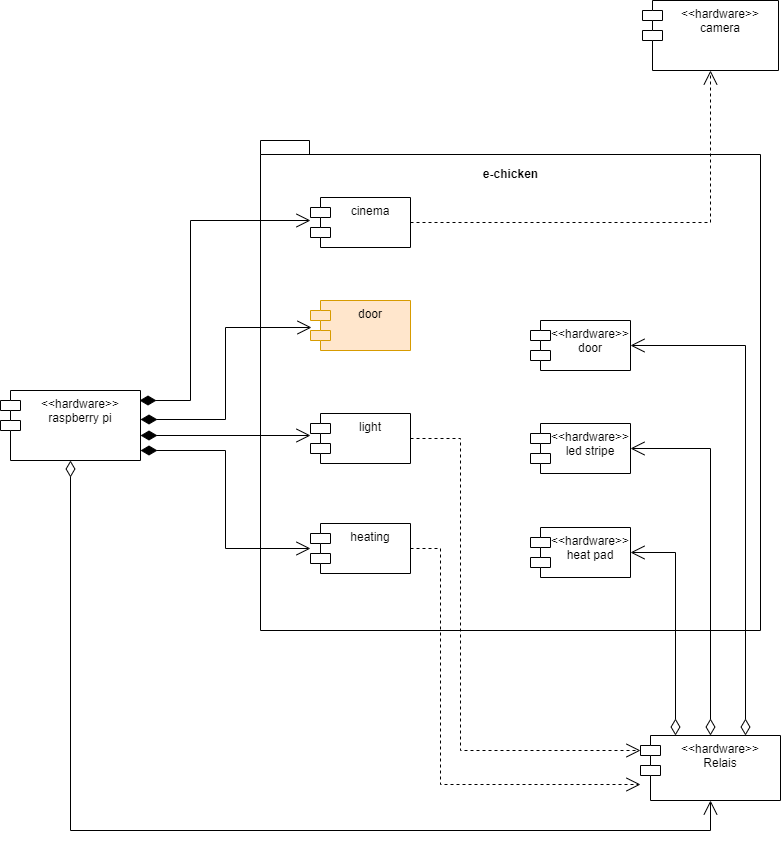
Above: readme/e-chicken.drawio.png in ronnyfriedland/e-chicken-door (draw.io), before the change. Source tidied: cells renumbered, new cells last; positions are measured from the earlier drawing's top-left corner, leaving out a move shared by most shapes. Its diagram source:
```xml
<mxGraphModel>
  <root>
    <mxCell id="0" />
    <mxCell id="1" parent="0" />
    <mxCell id="2" value="e-chicken&lt;br&gt;&lt;br&gt;&lt;br&gt;&lt;br&gt;&lt;br&gt;&lt;br&gt;&lt;br&gt;&lt;br&gt;&lt;br&gt;&lt;br&gt;&lt;br&gt;&lt;br&gt;&lt;br&gt;&lt;br&gt;&lt;br&gt;&lt;br&gt;&lt;br&gt;&lt;br&gt;&lt;br&gt;&lt;br&gt;&lt;br&gt;&lt;br&gt;&lt;br&gt;&lt;br&gt;&lt;br&gt;&lt;br&gt;&lt;br&gt;&lt;br&gt;&lt;br&gt;&lt;br&gt;&lt;br&gt;" style="shape=folder;fontStyle=1;spacingTop=10;tabWidth=40;tabHeight=14;tabPosition=left;html=1;" parent="1" vertex="1">
      <mxGeometry x="260" y="140" width="500" height="490" as="geometry" />
    </mxCell>
    <mxCell id="3" value="heating" style="shape=module;align=left;spacingLeft=20;align=center;verticalAlign=top;" parent="1" vertex="1">
      <mxGeometry x="310" y="523" width="100" height="50" as="geometry" />
    </mxCell>
    <mxCell id="4" value="&lt;&lt;hardware&gt;&gt;&#10;heat pad" style="shape=module;align=left;spacingLeft=20;align=center;verticalAlign=top;" parent="1" vertex="1">
      <mxGeometry x="530" y="527" width="100" height="50" as="geometry" />
    </mxCell>
    <mxCell id="5" value="Use" style="endArrow=open;endSize=12;dashed=1;html=1;rounded=0;exitX=1;exitY=0.5;exitDx=0;exitDy=0;fontColor=none;noLabel=1;entryX=0.5;entryY=1;entryDx=0;entryDy=0;" parent="1" edge="1" source="16" target="18">
      <mxGeometry relative="1" as="geometry">
        <Array as="points">
          <mxPoint x="710" y="222" />
        </Array>
      </mxGeometry>
    </mxCell>
    <mxCell id="6" value="light" style="shape=module;align=left;spacingLeft=20;align=center;verticalAlign=top;" parent="1" vertex="1">
      <mxGeometry x="310" y="413" width="100" height="50" as="geometry" />
    </mxCell>
    <mxCell id="7" value="&lt;&lt;hardware&gt;&gt;&#10;led stripe" style="shape=module;align=left;spacingLeft=20;align=center;verticalAlign=top;" parent="1" vertex="1">
      <mxGeometry x="530" y="423" width="100" height="50" as="geometry" />
    </mxCell>
    <mxCell id="8" value="Use" style="endArrow=open;endSize=12;dashed=1;html=1;rounded=0;exitX=1;exitY=0.5;exitDx=0;exitDy=0;fontColor=none;noLabel=1;entryX=0;entryY=0;entryDx=0;entryDy=15;entryPerimeter=0;" parent="1" edge="1" source="6" target="9">
      <mxGeometry relative="1" as="geometry">
        <Array as="points">
          <mxPoint x="460" y="438" />
          <mxPoint x="460" y="750" />
        </Array>
      </mxGeometry>
    </mxCell>
    <mxCell id="9" value="&lt;&lt;hardware&gt;&gt;&#10;Relais" style="shape=module;align=left;spacingLeft=20;align=center;verticalAlign=top;" parent="1" vertex="1">
      <mxGeometry x="640" y="735" width="140" height="65" as="geometry" />
    </mxCell>
    <mxCell id="10" value="&lt;&lt;hardware&gt;&gt;&#10;raspberry pi" style="shape=module;align=left;spacingLeft=20;align=center;verticalAlign=top;" parent="1" vertex="1">
      <mxGeometry y="390" width="140" height="70" as="geometry" />
    </mxCell>
    <mxCell id="11" value="1" style="endArrow=open;html=1;endSize=12;startArrow=diamondThin;startSize=14;startFill=0;edgeStyle=orthogonalEdgeStyle;align=left;verticalAlign=top;rounded=0;exitX=0.5;exitY=1;exitDx=0;exitDy=0;entryX=0.5;entryY=1;entryDx=0;entryDy=0;fontColor=none;noLabel=1;" parent="1" edge="1" source="10" target="9">
      <mxGeometry x="-1" y="3" relative="1" as="geometry">
        <Array as="points">
          <mxPoint x="70" y="830" />
          <mxPoint x="710" y="830" />
        </Array>
      </mxGeometry>
    </mxCell>
    <mxCell id="12" value="1" style="endArrow=open;html=1;endSize=12;startArrow=diamondThin;startSize=14;startFill=0;edgeStyle=orthogonalEdgeStyle;align=left;verticalAlign=bottom;rounded=0;fontColor=none;exitX=0.25;exitY=0;exitDx=0;exitDy=0;entryX=1;entryY=0.5;entryDx=0;entryDy=0;noLabel=1;" parent="1" edge="1" source="9" target="4">
      <mxGeometry x="-1" y="3" relative="1" as="geometry" />
    </mxCell>
    <mxCell id="13" value="1" style="endArrow=open;html=1;endSize=12;startArrow=diamondThin;startSize=14;startFill=0;edgeStyle=orthogonalEdgeStyle;align=left;verticalAlign=bottom;rounded=0;fontColor=none;exitX=0.5;exitY=0;exitDx=0;exitDy=0;entryX=1;entryY=0.5;entryDx=0;entryDy=0;noLabel=1;" parent="1" edge="1" source="9" target="7">
      <mxGeometry x="-1" y="3" relative="1" as="geometry" />
    </mxCell>
    <mxCell id="14" value="1" style="endArrow=open;html=1;endSize=12;startArrow=diamondThin;startSize=14;startFill=1;edgeStyle=orthogonalEdgeStyle;align=left;verticalAlign=bottom;rounded=0;fontColor=none;entryX=0;entryY=0.5;entryDx=0;entryDy=0;entryPerimeter=0;noLabel=1;" parent="1" edge="1" target="3">
      <mxGeometry x="-1" y="3" relative="1" as="geometry">
        <mxPoint x="140" y="450" as="sourcePoint" />
      </mxGeometry>
    </mxCell>
    <mxCell id="15" value="1" style="endArrow=open;html=1;endSize=12;startArrow=diamondThin;startSize=14;startFill=1;edgeStyle=orthogonalEdgeStyle;align=left;verticalAlign=bottom;rounded=0;fontColor=none;noLabel=1;entryX=0;entryY=0.44;entryDx=0;entryDy=0;entryPerimeter=0;" parent="1" edge="1" target="6">
      <mxGeometry x="-1" y="3" relative="1" as="geometry">
        <mxPoint x="140" y="435" as="sourcePoint" />
      </mxGeometry>
    </mxCell>
    <mxCell id="16" value="cinema" style="shape=module;align=left;spacingLeft=20;align=center;verticalAlign=top;" parent="1" vertex="1">
      <mxGeometry x="310" y="197" width="100" height="50" as="geometry" />
    </mxCell>
    <mxCell id="17" value="Use" style="endArrow=open;endSize=12;dashed=1;html=1;rounded=0;exitX=1;exitY=0.5;exitDx=0;exitDy=0;fontColor=none;noLabel=1;" parent="1" edge="1" source="3">
      <mxGeometry relative="1" as="geometry">
        <mxPoint x="640" y="784" as="targetPoint" />
        <Array as="points">
          <mxPoint x="440" y="548" />
          <mxPoint x="440" y="784" />
        </Array>
      </mxGeometry>
    </mxCell>
    <mxCell id="18" value="&lt;&lt;hardware&gt;&gt;&#10;camera" style="shape=module;align=left;spacingLeft=20;align=center;verticalAlign=top;" parent="1" vertex="1">
      <mxGeometry x="642" width="136" height="70" as="geometry" />
    </mxCell>
    <mxCell id="19" value="1" style="endArrow=open;html=1;endSize=12;startArrow=diamondThin;startSize=14;startFill=1;edgeStyle=orthogonalEdgeStyle;align=left;verticalAlign=bottom;rounded=0;fontColor=none;exitX=0.993;exitY=0.143;exitDx=0;exitDy=0;noLabel=1;labelBackgroundColor=none;exitPerimeter=0;" parent="1" edge="1" source="10">
      <mxGeometry x="-1" y="3" relative="1" as="geometry">
        <mxPoint x="310" y="220" as="targetPoint" />
        <Array as="points">
          <mxPoint x="190" y="400" />
          <mxPoint x="190" y="220" />
          <mxPoint x="310" y="220" />
        </Array>
      </mxGeometry>
    </mxCell>
    <mxCell id="20" value="door" style="shape=module;align=left;spacingLeft=20;align=center;verticalAlign=top;fillColor=#ffe6cc;strokeColor=#d79b00;" parent="1" vertex="1">
      <mxGeometry x="310" y="300" width="100" height="50" as="geometry" />
    </mxCell>
    <mxCell id="21" value="1" style="endArrow=open;html=1;endSize=12;startArrow=diamondThin;startSize=14;startFill=1;edgeStyle=orthogonalEdgeStyle;align=left;verticalAlign=bottom;rounded=0;fontColor=none;noLabel=1;entryX=0.01;entryY=0.54;entryDx=0;entryDy=0;entryPerimeter=0;" parent="1" edge="1" target="20">
      <mxGeometry x="-1" y="3" relative="1" as="geometry">
        <mxPoint x="140" y="419" as="sourcePoint" />
      </mxGeometry>
    </mxCell>
    <mxCell id="22" value="&lt;&lt;hardware&gt;&gt;&#10;door" style="shape=module;align=left;spacingLeft=20;align=center;verticalAlign=top;" parent="1" vertex="1">
      <mxGeometry x="530" y="320" width="100" height="50" as="geometry" />
    </mxCell>
    <mxCell id="23" value="1" style="endArrow=open;html=1;endSize=12;startArrow=diamondThin;startSize=14;startFill=0;edgeStyle=orthogonalEdgeStyle;align=left;verticalAlign=bottom;rounded=0;fontColor=none;entryX=1;entryY=0.5;entryDx=0;entryDy=0;noLabel=1;exitX=0.75;exitY=0;exitDx=0;exitDy=0;" parent="1" edge="1" source="9" target="22">
      <mxGeometry x="-1" y="3" relative="1" as="geometry">
        <Array as="points">
          <mxPoint x="745" y="345" />
        </Array>
      </mxGeometry>
    </mxCell>
  </root>
</mxGraphModel>
```
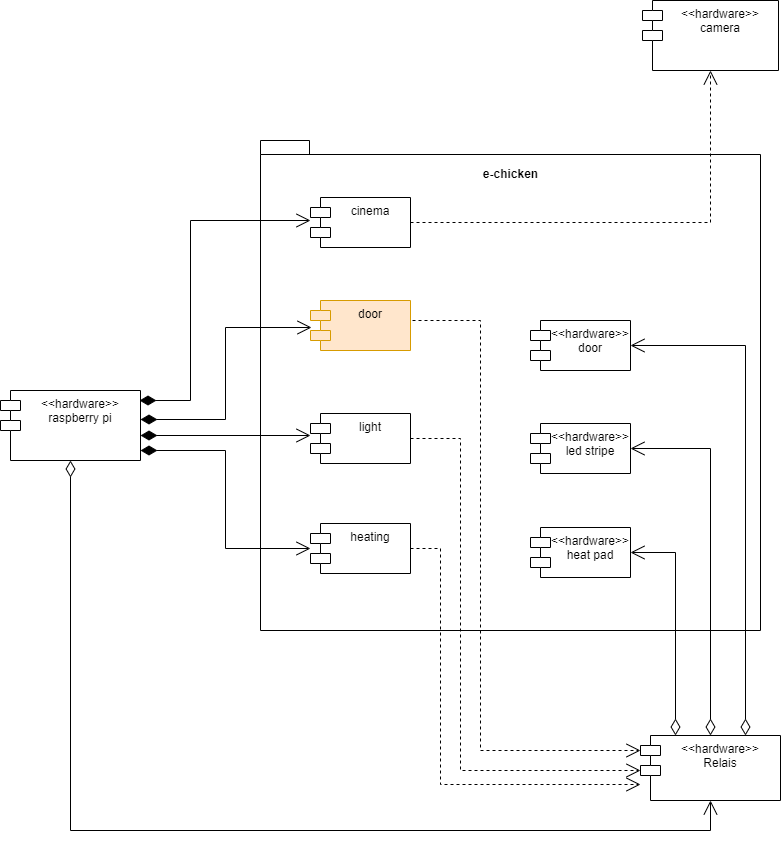
Later version of the same file.

Commit message:
fix context diagram

What changed in the source:
```diff
@@ -24,11 +24,11 @@
     <mxCell id="7" value="&lt;&lt;hardware&gt;&gt;&#10;led stripe" style="shape=module;align=left;spacingLeft=20;align=center;verticalAlign=top;" parent="1" vertex="1">
       <mxGeometry x="530" y="423" width="100" height="50" as="geometry" />
     </mxCell>
-    <mxCell id="8" value="Use" style="endArrow=open;endSize=12;dashed=1;html=1;rounded=0;exitX=1;exitY=0.5;exitDx=0;exitDy=0;fontColor=none;noLabel=1;entryX=0;entryY=0;entryDx=0;entryDy=15;entryPerimeter=0;" parent="1" edge="1" source="6" target="9">
+    <mxCell id="8" value="Use" style="endArrow=open;endSize=12;dashed=1;html=1;rounded=0;exitX=1;exitY=0.5;exitDx=0;exitDy=0;fontColor=none;noLabel=1;entryX=0;entryY=0;entryDx=0;entryDy=35;entryPerimeter=0;" parent="1" edge="1" source="6" target="9">
       <mxGeometry relative="1" as="geometry">
         <Array as="points">
           <mxPoint x="460" y="438" />
-          <mxPoint x="460" y="750" />
+          <mxPoint x="460" y="770" />
         </Array>
       </mxGeometry>
     </mxCell>
@@ -105,5 +105,14 @@
         </Array>
       </mxGeometry>
     </mxCell>
+    <mxCell id="24" value="Use" style="endArrow=open;endSize=12;dashed=1;html=1;rounded=0;exitX=1;exitY=0.5;exitDx=0;exitDy=0;fontColor=none;noLabel=1;entryX=0;entryY=0;entryDx=0;entryDy=15;entryPerimeter=0;" parent="1" edge="1" target="9">
+      <mxGeometry relative="1" as="geometry">
+        <mxPoint x="412" y="320" as="sourcePoint" />
+        <Array as="points">
+          <mxPoint x="480" y="320" />
+          <mxPoint x="480" y="750" />
+        </Array>
+      </mxGeometry>
+    </mxCell>
   </root>
 </mxGraphModel>
```
